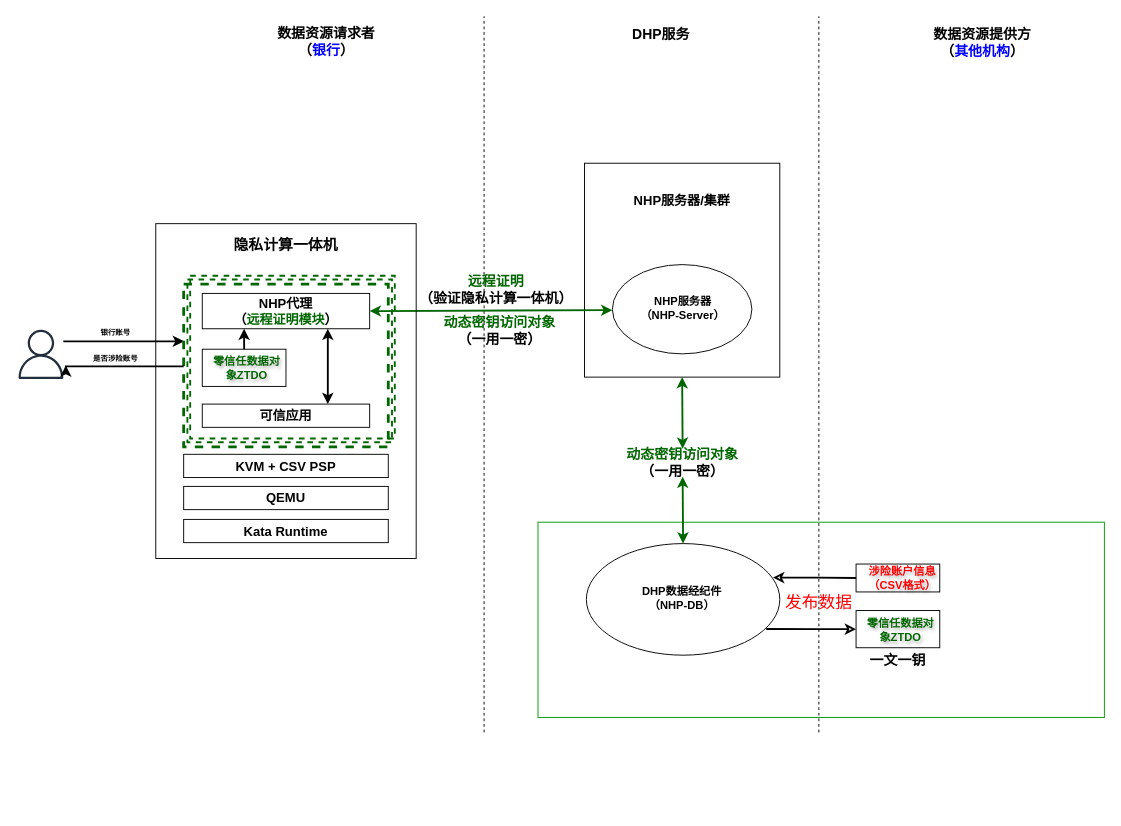
This is page "dhp scenarios" (22 of 22) of dhp/OpenDHP.drawio from wenhulove333/opendhp, a draw.io file, before an edit. Source tidied: cells renumbered, new cells numbered last; positions are measured from the earlier drawing's top-left corner, leaving out a move shared by most shapes. Both pictures are drawn from the tidied source at 93%, with x=0, y=0 at pixel (16, 16).
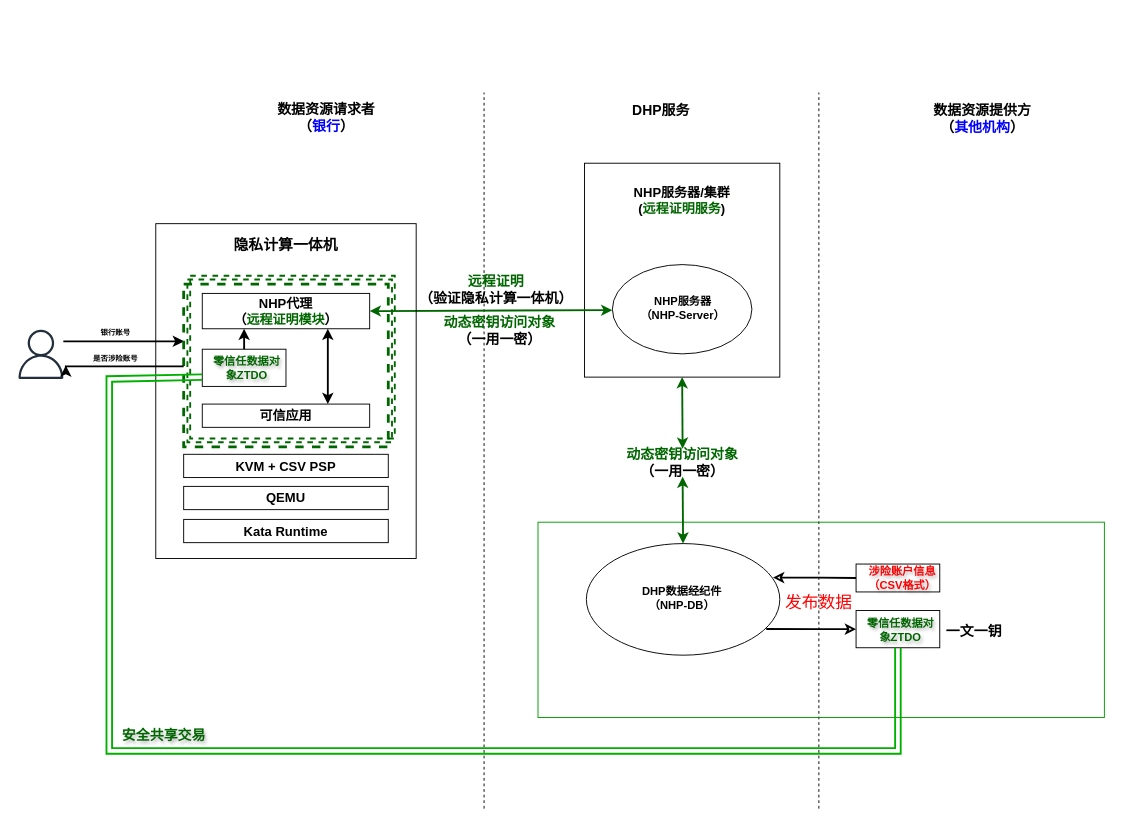
Above is the later version.

The change refers to these unchanged cells:
```xml
<mxCell id="15" style="rounded=0;whiteSpace=wrap;html=1;strokeWidth=1;fillColor=none;align=center;textShadow=1;fontColor=#006600;" parent="14" vertex="1">
  <mxGeometry width="90" height="40" as="geometry" />
</mxCell>
<mxCell id="38" style="rounded=0;whiteSpace=wrap;html=1;strokeWidth=1;fillColor=none;align=center;textShadow=1;fontColor=#006600;" parent="37" vertex="1">
  <mxGeometry width="90" height="40" as="geometry" />
</mxCell>
```

What changed in the source:
```diff
@@
     <mxCell id="2" value="&lt;b&gt;数据资源请求者&lt;/b&gt;&lt;div&gt;&lt;b&gt;（&lt;font style=&quot;color: rgb(0, 0, 255);&quot;&gt;银行&lt;/font&gt;）&lt;/b&gt;&lt;/div&gt;" style="text;html=1;align=center;verticalAlign=middle;whiteSpace=wrap;rounded=0;fontSize=15;" parent="1" vertex="1">
-      <mxGeometry x="270" y="12" width="127" height="30" as="geometry" />
+      <mxGeometry x="270" y="94" width="127" height="30" as="geometry" />
     </mxCell>
     <mxCell id="3" style="endArrow=none;dashed=1;html=1;rounded=0;" parent="1" edge="1">
       <mxGeometry relative="1" as="geometry">
-        <mxPoint x="503" y="770" as="sourcePoint" />
-        <mxPoint x="503" as="targetPoint" />
+        <mxPoint x="503" y="852" as="sourcePoint" />
+        <mxPoint x="503" y="82" as="targetPoint" />
       </mxGeometry>
     </mxCell>
@@
-    <mxCell id="5" value="&lt;b&gt;NHP服务器/集群&lt;/b&gt;" style="text;html=1;align=center;verticalAlign=middle;whiteSpace=wrap;rounded=0;fontSize=14;" parent="1" vertex="1">
+    <mxCell id="5" value="&lt;b&gt;NHP服务器/集群&lt;/b&gt;&lt;div&gt;&lt;b&gt;(&lt;/b&gt;&lt;b style=&quot;background-color: transparent; color: light-dark(rgb(0, 0, 0), rgb(255, 255, 255)); font-size: 12px;&quot;&gt;&lt;font style=&quot;font-size: 14px;&quot;&gt;&lt;font style=&quot;color: rgb(0, 102, 0);&quot;&gt;远程证明服务&lt;/font&gt;&lt;/font&gt;&lt;/b&gt;&lt;b style=&quot;background-color: transparent; color: light-dark(rgb(0, 0, 0), rgb(255, 255, 255));&quot;&gt;)&lt;/b&gt;&lt;/div&gt;" style="text;html=1;align=center;verticalAlign=middle;whiteSpace=wrap;rounded=0;fontSize=14;" parent="1" vertex="1">
       <mxGeometry x="661" y="183" width="110" height="30" as="geometry" />
     </mxCell>
@@
     <mxCell id="9" style="endArrow=none;dashed=1;html=1;rounded=0;" parent="1" edge="1">
       <mxGeometry relative="1" as="geometry">
-        <mxPoint x="863" y="770" as="sourcePoint" />
-        <mxPoint x="863" as="targetPoint" />
+        <mxPoint x="863" y="852" as="sourcePoint" />
+        <mxPoint x="863" y="82" as="targetPoint" />
       </mxGeometry>
     </mxCell>
@@
     <mxCell id="19" value="&lt;b&gt;数据资源提供方&lt;/b&gt;&lt;div&gt;&lt;b&gt;（&lt;font color=&quot;#0000ff&quot;&gt;其他机构&lt;/font&gt;）&lt;/b&gt;&lt;/div&gt;" style="text;html=1;align=center;verticalAlign=middle;whiteSpace=wrap;rounded=0;fontSize=15;" parent="1" vertex="1">
-      <mxGeometry x="980" y="13" width="118" height="30" as="geometry" />
+      <mxGeometry x="980" y="95" width="118" height="30" as="geometry" />
     </mxCell>
@@
     <mxCell id="21" value="&lt;b&gt;DHP服务&lt;/b&gt;" style="text;html=1;align=center;verticalAlign=middle;whiteSpace=wrap;rounded=0;fontSize=15;" parent="1" vertex="1">
-      <mxGeometry x="641" y="4" width="105" height="30" as="geometry" />
+      <mxGeometry x="641" y="86" width="105" height="30" as="geometry" />
     </mxCell>
@@
     <mxCell id="48" value="&lt;div&gt;&lt;font&gt;&lt;b style=&quot;&quot;&gt;&lt;font style=&quot;color: rgb(0, 0, 0);&quot;&gt;一文一钥&lt;/font&gt;&lt;/b&gt;&lt;/font&gt;&lt;/div&gt;" style="text;html=1;align=center;verticalAlign=middle;whiteSpace=wrap;rounded=0;fontSize=15;" parent="1" vertex="1">
-      <mxGeometry x="898" y="677" width="100" height="30" as="geometry" />
+      <mxGeometry x="980" y="646" width="100" height="30" as="geometry" />
     </mxCell>
@@
+    <mxCell id="50" style="shape=link;html=1;rounded=0;width=-7;entryX=0.5;entryY=1;entryDx=0;entryDy=0;strokeColor=#00B000;strokeWidth=2;exitX=0;exitY=0.75;exitDx=0;exitDy=0;" parent="1" edge="1" source="38" target="15">
+      <mxGeometry relative="1" as="geometry">
+        <Array as="points">
+          <mxPoint x="100" y="390" />
+          <mxPoint x="100" y="790" />
+          <mxPoint x="948" y="790" />
+        </Array>
+      </mxGeometry>
+    </mxCell>
+    <mxCell id="51" value="&lt;b&gt;安全共享交易&lt;/b&gt;" style="text;html=1;align=center;verticalAlign=middle;whiteSpace=wrap;rounded=0;textShadow=1;fontColor=#006600;fontSize=15;" parent="1" vertex="1">
+      <mxGeometry x="104" y="761" width="110" height="24" as="geometry" />
+    </mxCell>
```
